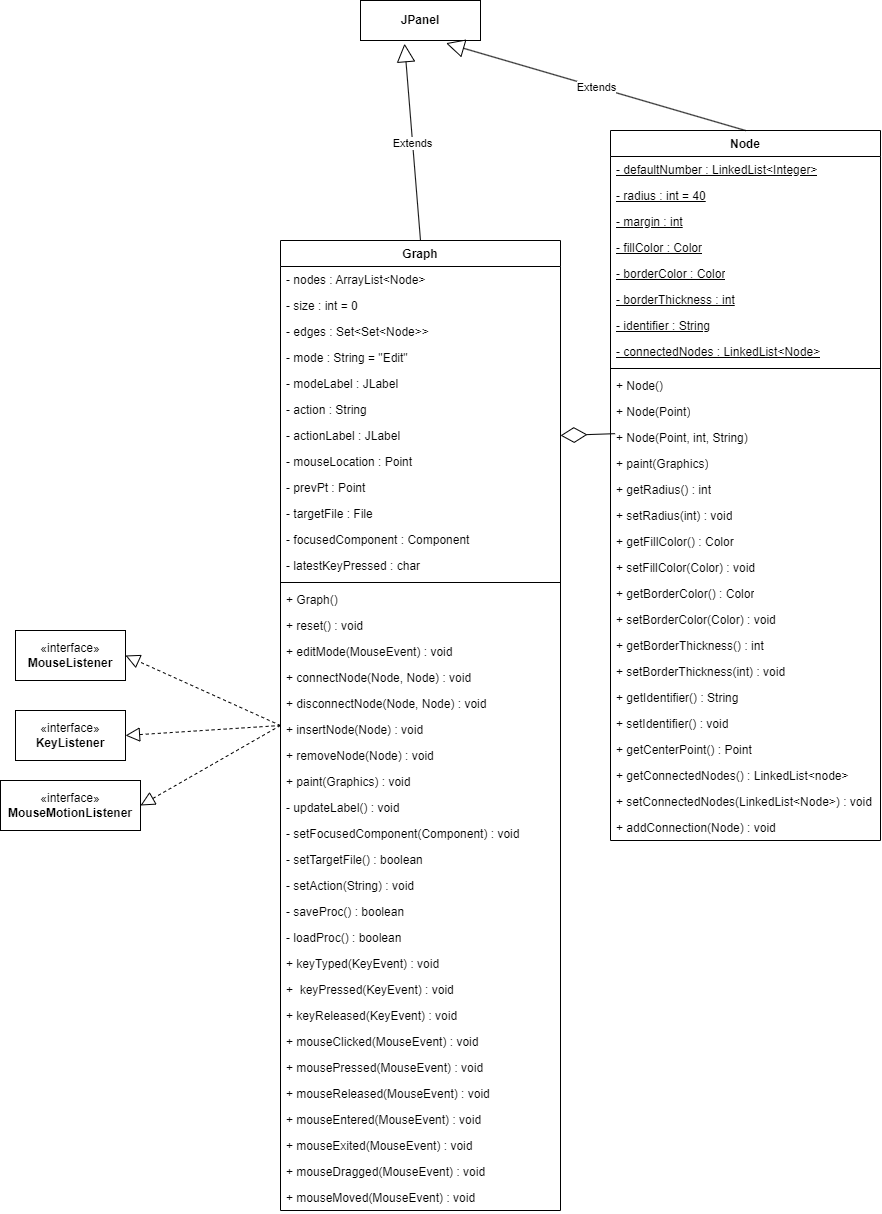
Ezo-Tanuki/Graph-GUI keeps this draw.io diagram as assets/GUI.drawio.png. Above is the earlier version. Source tidied: cells renumbered, new cells last; positions are measured from the earlier drawing's top-left corner, leaving out a move shared by most shapes.
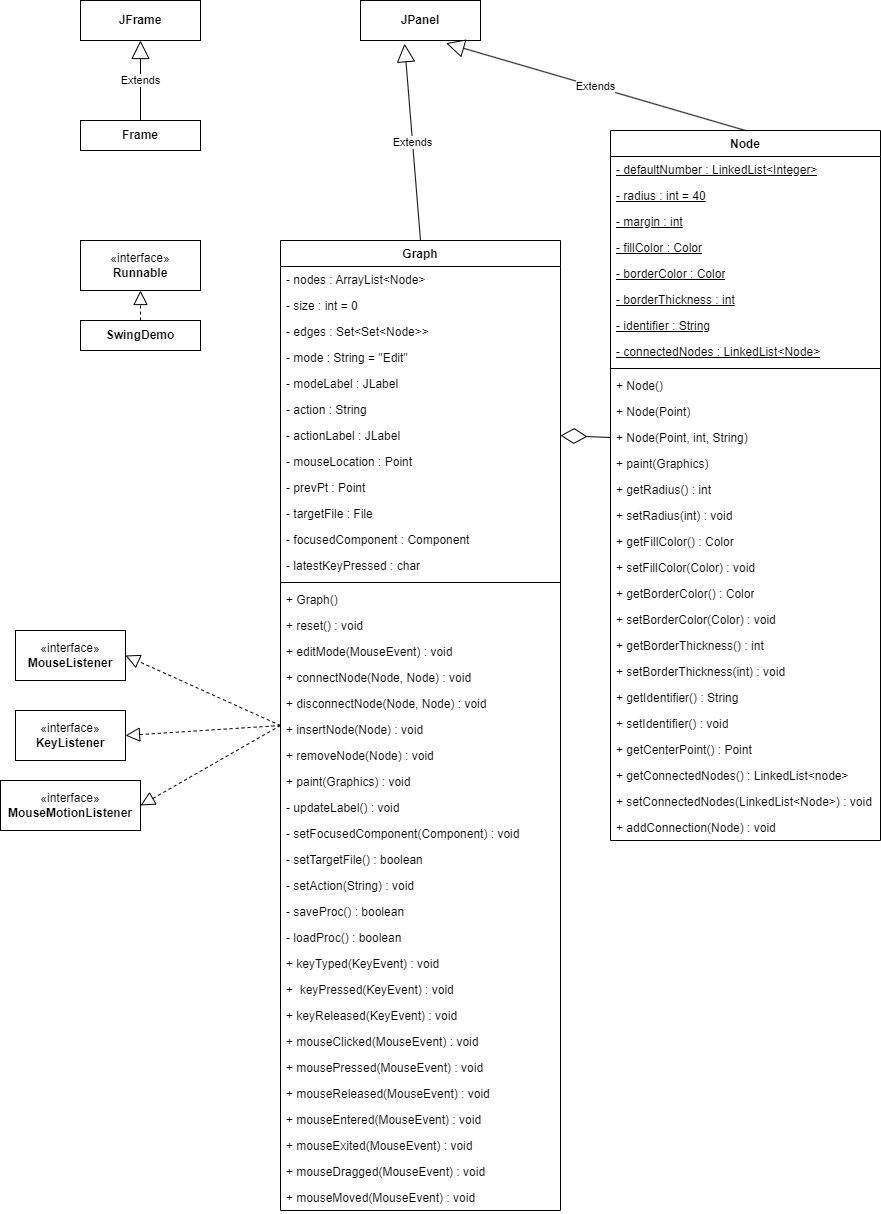
The same diagram one commit later.

The edit, as a diff of the source:
```diff
@@ -200,7 +200,7 @@
     <mxCell id="67" value="+ addConnection(Node) : void" style="text;strokeColor=none;fillColor=none;align=left;verticalAlign=top;spacingLeft=4;spacingRight=4;overflow=hidden;whiteSpace=wrap;html=1;" parent="40" vertex="1">
       <mxGeometry y="684" width="270" height="26" as="geometry" />
     </mxCell>
-    <mxCell id="68" style="endArrow=diamondThin;endFill=0;endSize=24;html=1;rounded=0;entryX=1;entryY=0.5;entryDx=0;entryDy=0;exitX=0.017;exitY=0.427;exitDx=0;exitDy=0;exitPerimeter=0;" parent="1" edge="1" source="40" target="9">
+    <mxCell id="68" style="endArrow=diamondThin;endFill=0;endSize=24;html=1;rounded=0;entryX=1;entryY=0.5;entryDx=0;entryDy=0;exitX=0;exitY=0.5;exitDx=0;exitDy=0;" parent="1" edge="1" source="52" target="9">
       <mxGeometry relative="1" as="geometry" />
     </mxCell>
     <mxCell id="69" value="&lt;b&gt;JPanel&lt;/b&gt;" style="html=1;whiteSpace=wrap;" parent="1" vertex="1">
@@ -230,5 +230,23 @@
     <mxCell id="77" style="endArrow=block;dashed=1;endFill=0;endSize=12;html=1;rounded=0;exitX=0;exitY=0.5;exitDx=0;exitDy=0;entryX=1;entryY=0.5;entryDx=0;entryDy=0;" parent="1" edge="1" source="2" target="74">
       <mxGeometry relative="1" as="geometry" />
     </mxCell>
+    <mxCell id="78" value="&lt;b&gt;JFrame&lt;/b&gt;" style="html=1;whiteSpace=wrap;" parent="1" vertex="1">
+      <mxGeometry x="80" width="120" height="40" as="geometry" />
+    </mxCell>
+    <mxCell id="79" value="&lt;b&gt;Frame&lt;/b&gt;" style="html=1;whiteSpace=wrap;" parent="1" vertex="1">
+      <mxGeometry x="80" y="120" width="120" height="30" as="geometry" />
+    </mxCell>
+    <mxCell id="80" value="Extends" style="endArrow=block;endSize=16;endFill=0;html=1;rounded=0;exitX=0.5;exitY=0;exitDx=0;exitDy=0;entryX=0.5;entryY=1;entryDx=0;entryDy=0;" parent="1" edge="1" source="79" target="78">
+      <mxGeometry relative="1" as="geometry" />
+    </mxCell>
+    <mxCell id="81" value="&lt;b&gt;SwingDemo&lt;/b&gt;" style="html=1;whiteSpace=wrap;" parent="1" vertex="1">
+      <mxGeometry x="80" y="320" width="120" height="30" as="geometry" />
+    </mxCell>
+    <mxCell id="82" value="«interface»&lt;br&gt;&lt;b&gt;Runnable&lt;/b&gt;" style="html=1;whiteSpace=wrap;" parent="1" vertex="1">
+      <mxGeometry x="80" y="240" width="120" height="50" as="geometry" />
+    </mxCell>
+    <mxCell id="83" style="endArrow=block;dashed=1;endFill=0;endSize=12;html=1;rounded=0;exitX=0.5;exitY=0;exitDx=0;exitDy=0;entryX=0.5;entryY=1;entryDx=0;entryDy=0;" parent="1" edge="1" source="81" target="82">
+      <mxGeometry relative="1" as="geometry" />
+    </mxCell>
   </root>
 </mxGraphModel>
```
